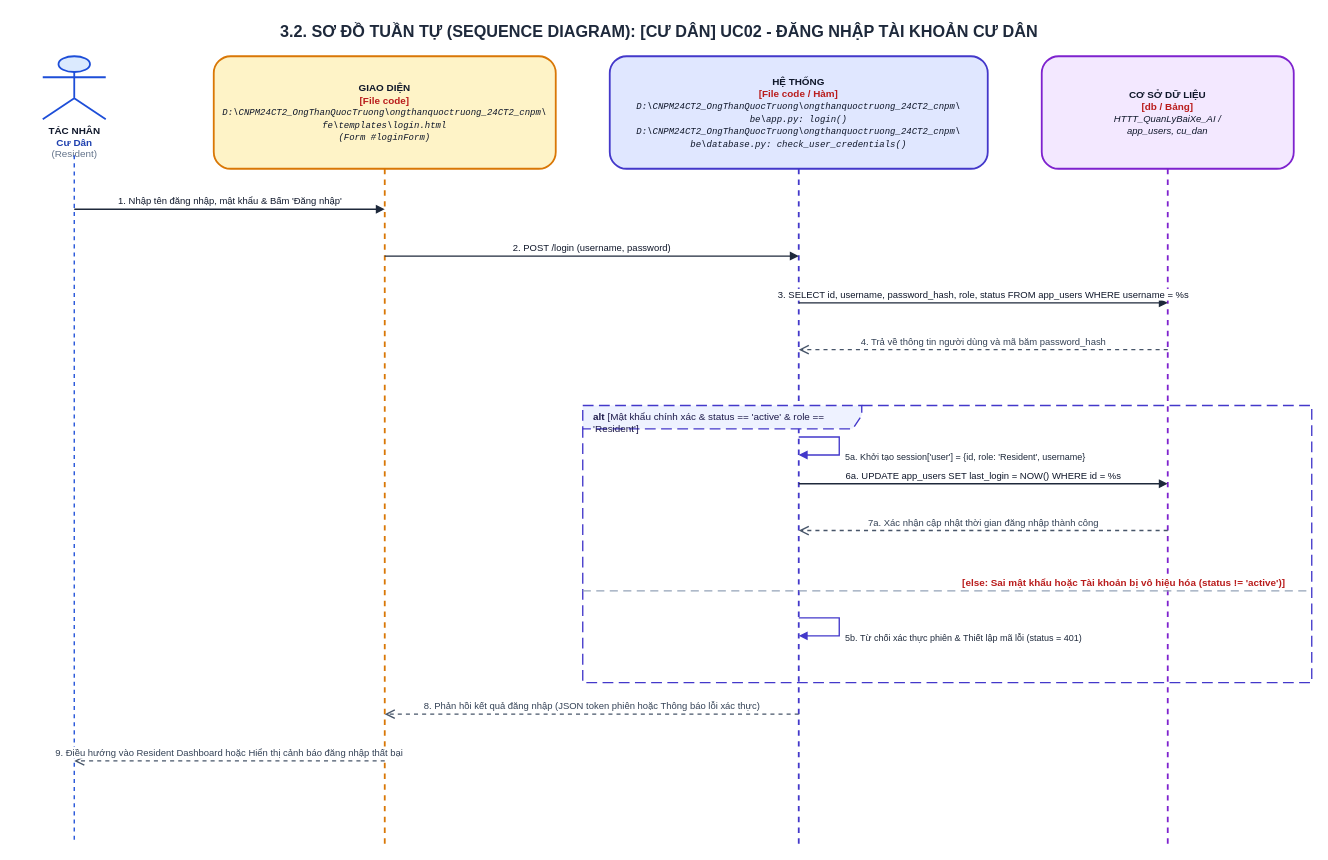
Above: ongthanquoctruong_24CT2_cnpm/docs/drawio/uc02_resident_login.drawio in Truong027/CNPM24 (draw.io), before the change. Source tidied: cells renumbered, new cells numbered last; positions are measured from the earlier drawing's top-left corner, leaving out a move shared by most shapes. Both pictures are drawn from the tidied source at 90%, with x=0, y=0 at pixel (15, 15).
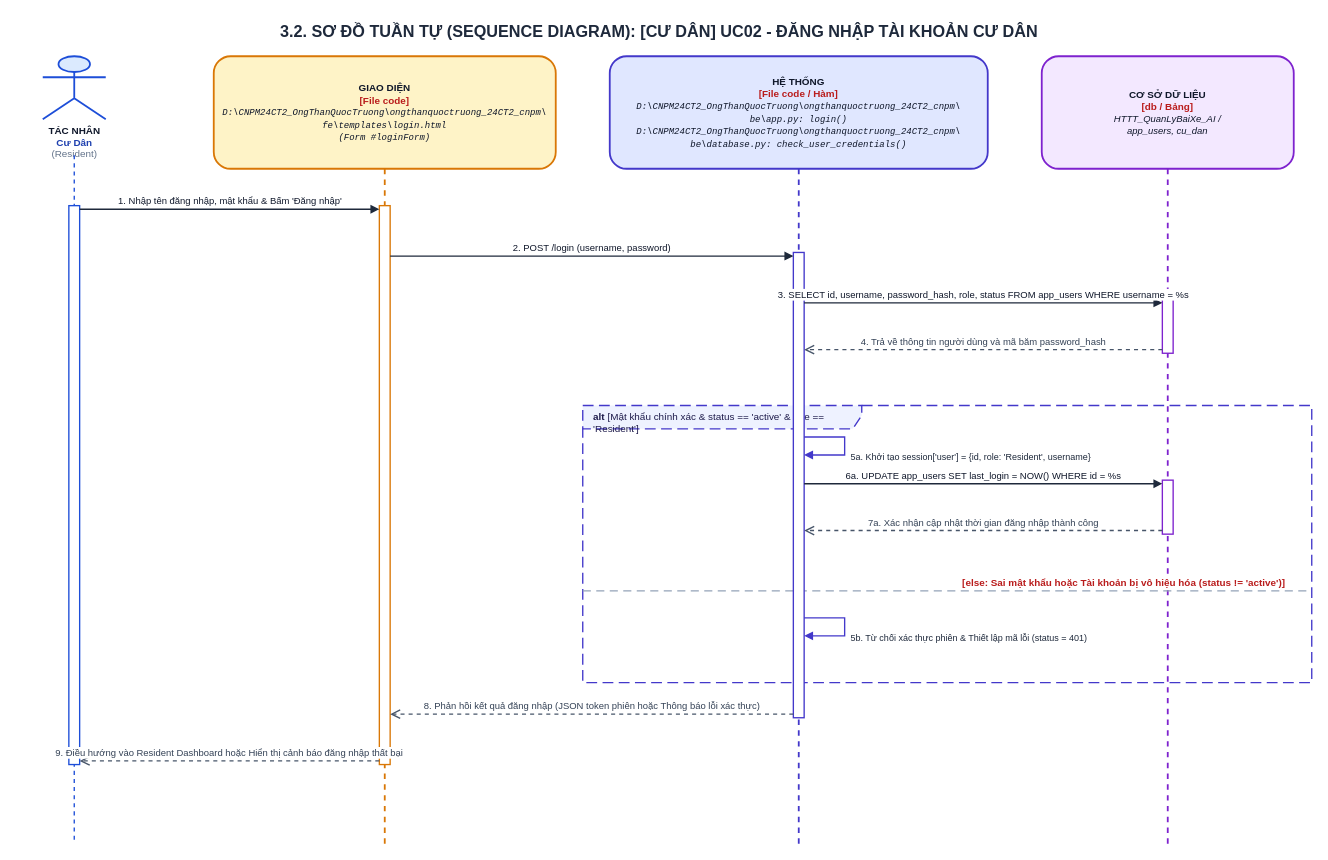
Above is the later version.

What changed in the source:
```diff
@@
+    <mxCell id="12" value="&lt;b&gt;alt&lt;/b&gt; [Mật khẩu chính xác &amp; status == 'active' &amp; role == 'Resident']" style="shape=umlFrame;whiteSpace=wrap;html=1;width=310;height=26;dashed=1;dashPattern=8 4;strokeColor=#4338CA;fillColor=#EEF2FF;strokeWidth=1.5;align=left;spacingLeft=10;verticalAlign=top;fontStyle=0;fontSize=11;fontColor=#1E1B4B;" parent="1" vertex="1">
+      <mxGeometry x="630" y="433" width="810" height="308" as="geometry" />
+    </mxCell>
+    <mxCell id="16" value="&lt;b&gt;[else: Sai mật khẩu hoặc Tài khoản bị vô hiệu hóa (status != 'active')]&lt;/b&gt;" style="html=1;strokeWidth=1.5;strokeColor=#94A3B8;dashed=1;dashPattern=6 4;endArrow=none;align=left;verticalAlign=bottom;spacingLeft=15;fontColor=#B91C1C;fontSize=11;fontStyle=0;" parent="1" edge="1">
+      <mxGeometry relative="1" as="geometry">
+        <mxPoint x="630" y="639" as="sourcePoint" />
+        <mxPoint x="1440" y="639" as="targetPoint" />
+      </mxGeometry>
+    </mxCell>
+    <mxCell id="20" style="html=1;perimeter=orthogonalPerimeter;targetShapes=umlLifeline;topToBottom=1;fillColor=#FFFFFF;strokeColor=#1D4ED8;strokeWidth=1.5;rounded=0;" parent="1" vertex="1">
+      <mxGeometry x="59" y="211" width="12" height="621" as="geometry" />
+    </mxCell>
+    <mxCell id="21" style="html=1;perimeter=orthogonalPerimeter;targetShapes=umlLifeline;topToBottom=1;fillColor=#FFFFFF;strokeColor=#D97706;strokeWidth=1.5;rounded=0;" parent="1" vertex="1">
+      <mxGeometry x="404" y="211" width="12" height="621" as="geometry" />
+    </mxCell>
+    <mxCell id="22" style="html=1;perimeter=orthogonalPerimeter;targetShapes=umlLifeline;topToBottom=1;fillColor=#FFFFFF;strokeColor=#4338CA;strokeWidth=1.5;rounded=0;" parent="1" vertex="1">
+      <mxGeometry x="864" y="263" width="12" height="517" as="geometry" />
+    </mxCell>
+    <mxCell id="23" style="html=1;perimeter=orthogonalPerimeter;targetShapes=umlLifeline;topToBottom=1;fillColor=#FFFFFF;strokeColor=#7E22CE;strokeWidth=1.5;rounded=0;" parent="1" vertex="1">
+      <mxGeometry x="1274" y="315" width="12" height="60" as="geometry" />
+    </mxCell>
+    <mxCell id="24" style="html=1;perimeter=orthogonalPerimeter;targetShapes=umlLifeline;topToBottom=1;fillColor=#FFFFFF;strokeColor=#7E22CE;strokeWidth=1.5;rounded=0;" parent="1" vertex="1">
+      <mxGeometry x="1274" y="516" width="12" height="60" as="geometry" />
+    </mxCell>
     <mxCell id="8" value="1. Nhập tên đăng nhập, mật khẩu &amp; Bấm 'Đăng nhập'" style="html=1;verticalAlign=bottom;endArrow=block;rounded=0;strokeColor=#1E293B;strokeWidth=1.5;fontColor=#0F172A;fontSize=10.5;" parent="1" edge="1">
       <mxGeometry relative="1" as="geometry">
-        <mxPoint x="65" y="215" as="sourcePoint" />
-        <mxPoint x="410" y="215" as="targetPoint" />
+        <mxPoint x="71" y="215" as="sourcePoint" />
+        <mxPoint x="404" y="215" as="targetPoint" />
       </mxGeometry>
     </mxCell>
     <mxCell id="9" value="2. POST /login (username, password)" style="html=1;verticalAlign=bottom;endArrow=block;rounded=0;strokeColor=#1E293B;strokeWidth=1.5;fontColor=#0F172A;fontSize=10.5;" parent="1" edge="1">
       <mxGeometry relative="1" as="geometry">
-        <mxPoint x="410" y="267" as="sourcePoint" />
-        <mxPoint x="870" y="267" as="targetPoint" />
+        <mxPoint x="416" y="267" as="sourcePoint" />
+        <mxPoint x="864" y="267" as="targetPoint" />
       </mxGeometry>
     </mxCell>
     <mxCell id="10" value="3. SELECT id, username, password_hash, role, status FROM app_users WHERE username = %s" style="html=1;verticalAlign=bottom;endArrow=block;rounded=0;strokeColor=#1E293B;strokeWidth=1.5;fontColor=#0F172A;fontSize=10.5;" parent="1" edge="1">
       <mxGeometry relative="1" as="geometry">
-        <mxPoint x="870" y="319" as="sourcePoint" />
-        <mxPoint x="1280" y="319" as="targetPoint" />
+        <mxPoint x="876" y="319" as="sourcePoint" />
+        <mxPoint x="1274" y="319" as="targetPoint" />
       </mxGeometry>
     </mxCell>
     <mxCell id="11" value="4. Trả về thông tin người dùng và mã băm password_hash" style="html=1;verticalAlign=bottom;endArrow=open;dashed=1;endSize=8;rounded=0;strokeColor=#475569;strokeWidth=1.5;fontColor=#334155;fontSize=10.5;" parent="1" edge="1">
       <mxGeometry relative="1" as="geometry">
-        <mxPoint x="1280" y="371" as="sourcePoint" />
-        <mxPoint x="870" y="371" as="targetPoint" />
+        <mxPoint x="1274" y="371" as="sourcePoint" />
+        <mxPoint x="876" y="371" as="targetPoint" />
       </mxGeometry>
     </mxCell>
-    <mxCell id="12" value="&lt;b&gt;alt&lt;/b&gt; [Mật khẩu chính xác &amp; status == 'active' &amp; role == 'Resident']" style="shape=umlFrame;whiteSpace=wrap;html=1;width=310;height=26;dashed=1;dashPattern=8 4;strokeColor=#4338CA;fillColor=#EEF2FF;strokeWidth=1.5;align=left;spacingLeft=10;verticalAlign=top;fontStyle=0;fontSize=11;fontColor=#1E1B4B;" parent="1" vertex="1">
-      <mxGeometry x="630" y="433" width="810" height="308" as="geometry" />
-    </mxCell>
     <mxCell id="13" value="5a. Khởi tạo session['user'] = {id, role: 'Resident', username}" style="html=1;align=left;spacingLeft=5;verticalAlign=top;endArrow=block;rounded=0;edgeStyle=orthogonalEdgeStyle;curved=0;strokeColor=#4338CA;strokeWidth=1.5;fontColor=#1E293B;fontSize=10;" parent="1" edge="1">
       <mxGeometry relative="1" as="geometry">
-        <mxPoint x="870" y="468" as="sourcePoint" />
-        <mxPoint x="870" y="488" as="targetPoint" />
+        <mxPoint x="876" y="468" as="sourcePoint" />
+        <mxPoint x="876" y="488" as="targetPoint" />
         <Array as="points">
-          <mxPoint x="915" y="468" />
-          <mxPoint x="915" y="488" />
+          <mxPoint x="921" y="468" />
+          <mxPoint x="921" y="488" />
         </Array>
       </mxGeometry>
     </mxCell>
     <mxCell id="14" value="6a. UPDATE app_users SET last_login = NOW() WHERE id = %s" style="html=1;verticalAlign=bottom;endArrow=block;rounded=0;strokeColor=#1E293B;strokeWidth=1.5;fontColor=#0F172A;fontSize=10.5;" parent="1" edge="1">
       <mxGeometry relative="1" as="geometry">
-        <mxPoint x="870" y="520" as="sourcePoint" />
-        <mxPoint x="1280" y="520" as="targetPoint" />
+        <mxPoint x="876" y="520" as="sourcePoint" />
+        <mxPoint x="1274" y="520" as="targetPoint" />
       </mxGeometry>
     </mxCell>
     <mxCell id="15" value="7a. Xác nhận cập nhật thời gian đăng nhập thành công" style="html=1;verticalAlign=bottom;endArrow=open;dashed=1;endSize=8;rounded=0;strokeColor=#475569;strokeWidth=1.5;fontColor=#334155;fontSize=10.5;" parent="1" edge="1">
       <mxGeometry relative="1" as="geometry">
-        <mxPoint x="1280" y="572" as="sourcePoint" />
-        <mxPoint x="870" y="572" as="targetPoint" />
+        <mxPoint x="1274" y="572" as="sourcePoint" />
+        <mxPoint x="876" y="572" as="targetPoint" />
       </mxGeometry>
     </mxCell>
-    <mxCell id="16" value="&lt;b&gt;[else: Sai mật khẩu hoặc Tài khoản bị vô hiệu hóa (status != 'active')]&lt;/b&gt;" style="html=1;strokeWidth=1.5;strokeColor=#94A3B8;dashed=1;dashPattern=6 4;endArrow=none;align=left;verticalAlign=bottom;spacingLeft=15;fontColor=#B91C1C;fontSize=11;fontStyle=0;" parent="1" edge="1">
-      <mxGeometry relative="1" as="geometry">
-        <mxPoint x="630" y="639" as="sourcePoint" />
-        <mxPoint x="1440" y="639" as="targetPoint" />
-      </mxGeometry>
-    </mxCell>
     <mxCell id="17" value="5b. Từ chối xác thực phiên &amp; Thiết lập mã lỗi (status = 401)" style="html=1;align=left;spacingLeft=5;verticalAlign=top;endArrow=block;rounded=0;edgeStyle=orthogonalEdgeStyle;curved=0;strokeColor=#4338CA;strokeWidth=1.5;fontColor=#1E293B;fontSize=10;" parent="1" edge="1">
       <mxGeometry relative="1" as="geometry">
-        <mxPoint x="870" y="669" as="sourcePoint" />
-        <mxPoint x="870" y="689" as="targetPoint" />
+        <mxPoint x="876" y="669" as="sourcePoint" />
+        <mxPoint x="876" y="689" as="targetPoint" />
         <Array as="points">
-          <mxPoint x="915" y="669" />
-          <mxPoint x="915" y="689" />
+          <mxPoint x="921" y="669" />
+          <mxPoint x="921" y="689" />
         </Array>
       </mxGeometry>
     </mxCell>
     <mxCell id="18" value="8. Phản hồi kết quả đăng nhập (JSON token phiên hoặc Thông báo lỗi xác thực)" style="html=1;verticalAlign=bottom;endArrow=open;dashed=1;endSize=8;rounded=0;strokeColor=#475569;strokeWidth=1.5;fontColor=#334155;fontSize=10.5;" parent="1" edge="1">
       <mxGeometry relative="1" as="geometry">
-        <mxPoint x="870" y="776" as="sourcePoint" />
-        <mxPoint x="410" y="776" as="targetPoint" />
+        <mxPoint x="864" y="776" as="sourcePoint" />
+        <mxPoint x="416" y="776" as="targetPoint" />
       </mxGeometry>
     </mxCell>
     <mxCell id="19" value="9. Điều hướng vào Resident Dashboard hoặc Hiển thị cảnh báo đăng nhập thất bại" style="html=1;verticalAlign=bottom;endArrow=open;dashed=1;endSize=8;rounded=0;strokeColor=#475569;strokeWidth=1.5;fontColor=#334155;fontSize=10.5;" parent="1" edge="1">
       <mxGeometry relative="1" as="geometry">
-        <mxPoint x="410" y="828" as="sourcePoint" />
-        <mxPoint x="65" y="828" as="targetPoint" />
+        <mxPoint x="404" y="828" as="sourcePoint" />
+        <mxPoint x="71" y="828" as="targetPoint" />
       </mxGeometry>
     </mxCell>
```
